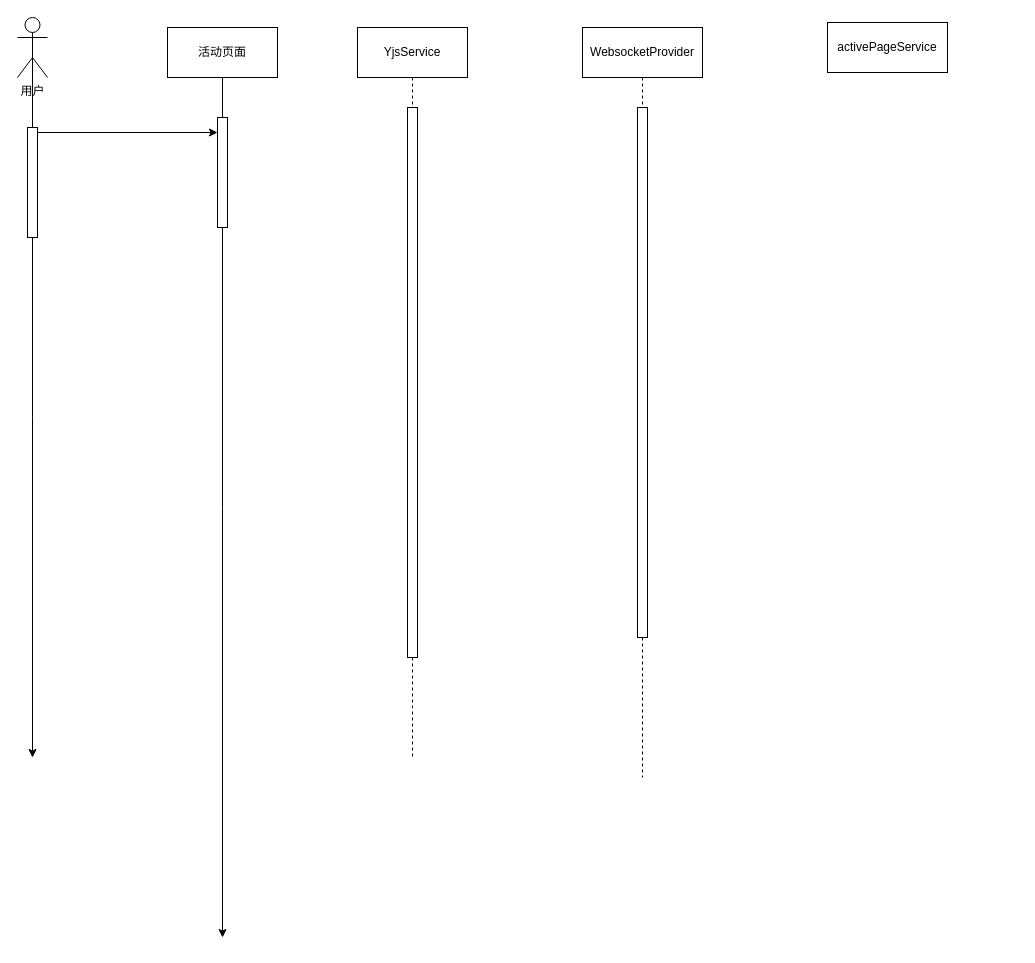
Before: 协同编辑辅助功能.drawio in yuxinyu12345/diagrams, a draw.io diagram. Source tidied: cells renumbered, new cells numbered last; positions are measured from the earlier drawing's top-left corner, leaving out a move shared by most shapes. Both pictures are drawn from the tidied source at 100%, with x=0, y=0 at pixel (17, 17).
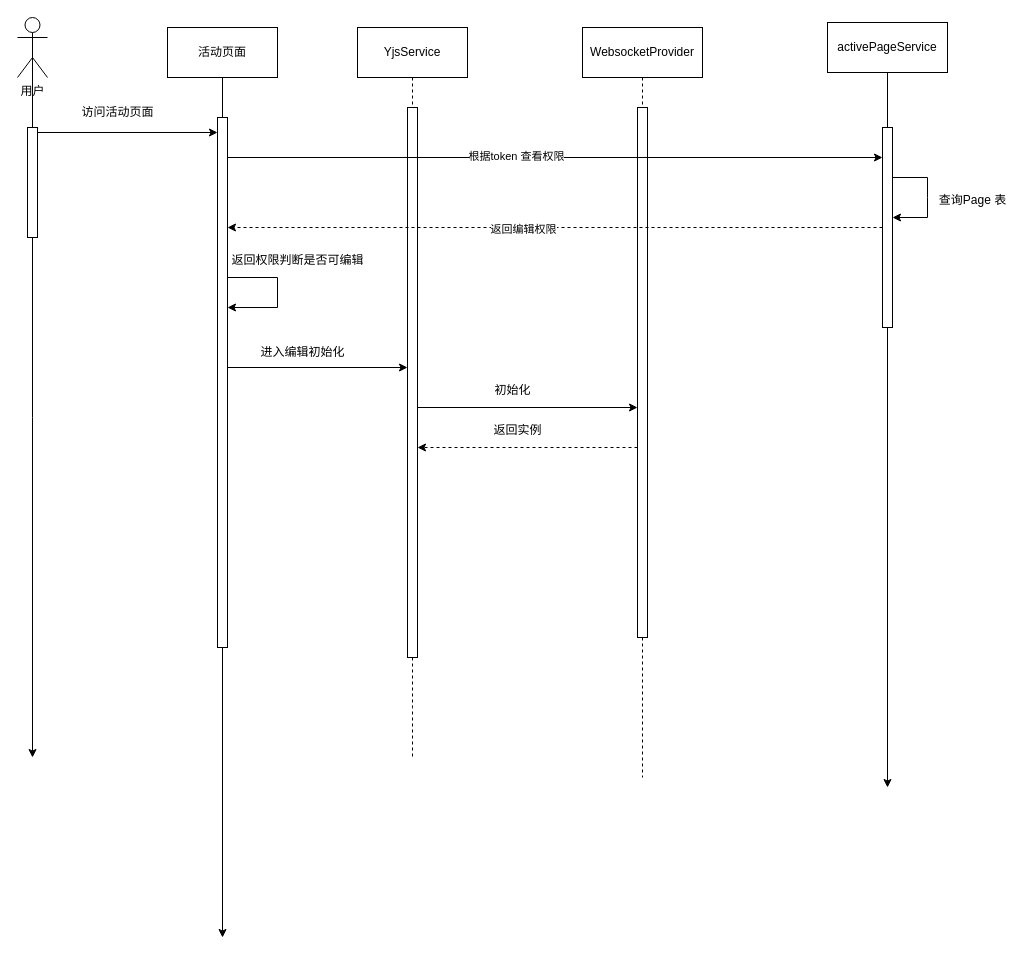
Above is the later version.

Commit message (it also covers changes not shown here):
更新协同编辑辅助功能.drawio

Unchanged cells that the change refers to:
```xml
<mxCell id="17" value="&lt;p style=&quot;margin: 0pt 0pt 0.0001pt; text-align: justify;&quot; class=&quot;MsoNormal&quot;&gt;activePageService&lt;/p&gt;" style="html=1;whiteSpace=wrap;" parent="1" vertex="1">
  <mxGeometry x="810" y="5" width="120" height="50" as="geometry" />
</mxCell>
```

The edit, as a diff of the source:
```diff
@@
     <mxCell id="14" style="html=1;points=[[0,0,0,0,5],[0,1,0,0,-5],[1,0,0,0,5],[1,1,0,0,-5]];perimeter=orthogonalPerimeter;outlineConnect=0;targetShapes=umlLifeline;portConstraint=eastwest;newEdgeStyle={&quot;curved&quot;:0,&quot;rounded&quot;:0};" parent="1" vertex="1">
-      <mxGeometry x="200" y="100" width="10" height="110" as="geometry" />
+      <mxGeometry x="200" y="100" width="10" height="530" as="geometry" />
     </mxCell>
@@
+    <mxCell id="18" style="edgeStyle=orthogonalEdgeStyle;rounded=0;jettySize=auto;html=1;exitX=0.5;exitY=1;exitDx=0;exitDy=0;" parent="1" edge="1" source="17">
+      <mxGeometry relative="1" as="geometry">
+        <mxPoint x="870" y="770" as="targetPoint" />
+      </mxGeometry>
+    </mxCell>
@@
+    <mxCell id="19" style="html=1;points=[[0,0,0,0,5],[0,1,0,0,-5],[1,0,0,0,5],[1,1,0,0,-5]];perimeter=orthogonalPerimeter;outlineConnect=0;targetShapes=umlLifeline;portConstraint=eastwest;newEdgeStyle={&quot;curved&quot;:0,&quot;rounded&quot;:0};" parent="1" vertex="1">
+      <mxGeometry x="865" y="110" width="10" height="200" as="geometry" />
+    </mxCell>
+    <mxCell id="20" style="endArrow=classic;html=1;rounded=0;exitX=1;exitY=0;exitDx=0;exitDy=5;exitPerimeter=0;" parent="1" edge="1">
+      <mxGeometry relative="1" as="geometry">
+        <mxPoint x="210" y="140" as="sourcePoint" />
+        <mxPoint x="865" y="140" as="targetPoint" />
+      </mxGeometry>
+    </mxCell>
+    <mxCell id="21" value="根据token 查看权限" style="edgeLabel;html=1;align=center;verticalAlign=middle;" parent="20" vertex="1">
+      <mxGeometry x="-0.12" y="2" relative="1" as="geometry" />
+    </mxCell>
+    <mxCell id="22" value="访问活动页面" style="text;html=1;align=center;verticalAlign=middle;strokeColor=none;fillColor=none;" parent="1" vertex="1">
+      <mxGeometry x="50" y="80" width="100" height="30" as="geometry" />
+    </mxCell>
+    <mxCell id="23" style="endArrow=classic;html=1;rounded=0;exitX=1;exitY=1;exitDx=0;exitDy=-5;exitPerimeter=0;entryX=1;entryY=1;entryDx=0;entryDy=-5;entryPerimeter=0;" parent="1" edge="1">
+      <mxGeometry relative="1" as="geometry">
+        <mxPoint x="875" y="160" as="sourcePoint" />
+        <mxPoint x="875" y="200" as="targetPoint" />
+        <Array as="points">
+          <mxPoint x="910" y="160" />
+          <mxPoint x="910" y="180" />
+          <mxPoint x="910" y="200" />
+        </Array>
+      </mxGeometry>
+    </mxCell>
+    <mxCell id="24" value="查询Page 表" style="text;html=1;align=center;verticalAlign=middle;strokeColor=none;fillColor=none;" parent="1" vertex="1">
+      <mxGeometry x="910" y="168" width="90" height="30" as="geometry" />
+    </mxCell>
+    <mxCell id="25" style="endArrow=classic;html=1;rounded=0;dashed=1;" parent="1" edge="1" source="19" target="14">
+      <mxGeometry relative="1" as="geometry" />
+    </mxCell>
+    <mxCell id="26" value="返回编辑权限" style="edgeLabel;html=1;align=center;verticalAlign=middle;" parent="25" vertex="1">
+      <mxGeometry x="0.1" y="1" relative="1" as="geometry" />
+    </mxCell>
+    <mxCell id="27" style="endArrow=classic;html=1;rounded=0;" parent="1" edge="1" target="14">
+      <mxGeometry relative="1" as="geometry">
+        <mxPoint x="210" y="260" as="sourcePoint" />
+        <Array as="points">
+          <mxPoint x="260" y="260" />
+          <mxPoint x="260" y="290" />
+        </Array>
+      </mxGeometry>
+    </mxCell>
+    <mxCell id="28" value="返回权限判断是否可编辑" style="text;html=1;align=center;verticalAlign=middle;strokeColor=none;fillColor=none;" parent="1" vertex="1">
+      <mxGeometry x="200" y="228" width="160" height="30" as="geometry" />
+    </mxCell>
+    <mxCell id="29" style="endArrow=classic;html=1;rounded=0;" parent="1" edge="1">
+      <mxGeometry relative="1" as="geometry">
+        <mxPoint x="210" y="350" as="sourcePoint" />
+        <mxPoint x="390" y="350" as="targetPoint" />
+      </mxGeometry>
+    </mxCell>
+    <mxCell id="30" value="进入编辑初始化" style="text;html=1;align=center;verticalAlign=middle;strokeColor=none;fillColor=none;" parent="1" vertex="1">
+      <mxGeometry x="230" y="320" width="110" height="30" as="geometry" />
+    </mxCell>
+    <mxCell id="31" style="endArrow=classic;html=1;rounded=0;" parent="1" edge="1">
+      <mxGeometry relative="1" as="geometry">
+        <mxPoint x="400" y="390" as="sourcePoint" />
+        <mxPoint x="620" y="390" as="targetPoint" />
+      </mxGeometry>
+    </mxCell>
+    <mxCell id="32" value="初始化" style="text;html=1;align=center;verticalAlign=middle;strokeColor=none;fillColor=none;" parent="1" vertex="1">
+      <mxGeometry x="465" y="358" width="60" height="30" as="geometry" />
+    </mxCell>
+    <mxCell id="33" style="endArrow=classic;html=1;rounded=0;dashed=1;" parent="1" edge="1">
+      <mxGeometry relative="1" as="geometry">
+        <mxPoint x="620" y="430" as="sourcePoint" />
+        <mxPoint x="400" y="430" as="targetPoint" />
+      </mxGeometry>
+    </mxCell>
+    <mxCell id="34" value="返回实例" style="text;html=1;align=center;verticalAlign=middle;strokeColor=none;fillColor=none;" parent="1" vertex="1">
+      <mxGeometry x="465" y="398" width="70" height="30" as="geometry" />
+    </mxCell>
```
